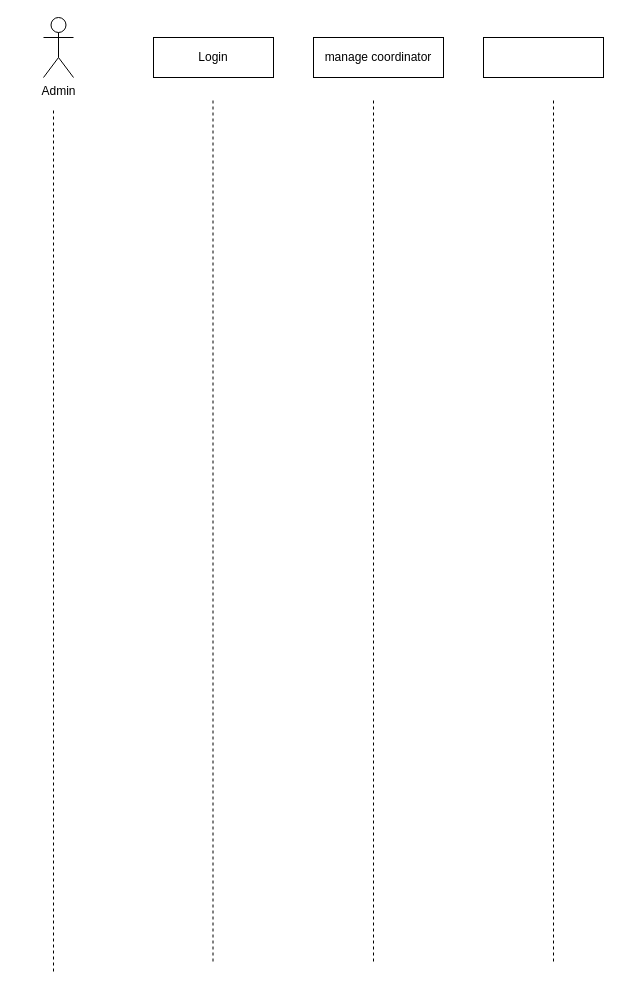
This is Untitled Diagram.drawio from Dulara-Akalanka/Group-Software-Project, a draw.io file, before an edit. Source tidied: cells renumbered, new cells numbered last; positions are measured from the earlier drawing's top-left corner, leaving out a move shared by most shapes. Both pictures are drawn from the tidied source at 100%, with x=0, y=0 at pixel (43, 17).
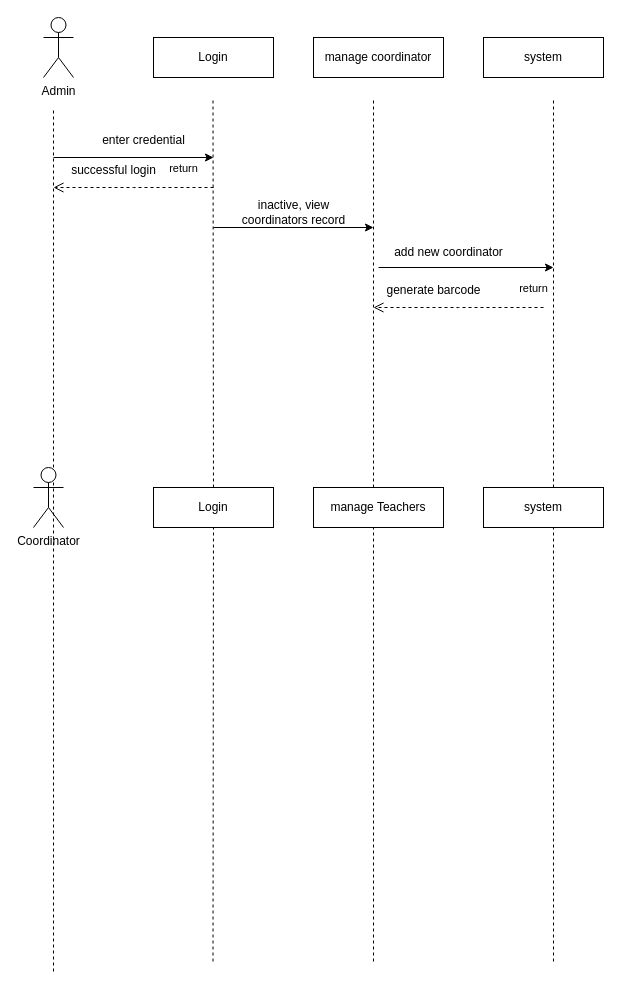
The same page after the edit.

The edit, as a diff of the source:
```diff
@@
-    <mxCell id="5" style="rounded=0;whiteSpace=wrap;html=1;" parent="1" vertex="1">
+    <mxCell id="5" value="system" style="rounded=0;whiteSpace=wrap;html=1;" parent="1" vertex="1">
       <mxGeometry x="440" y="20" width="120" height="40" as="geometry" />
     </mxCell>
@@
-    <mxCell id="7" style="endArrow=none;dashed=1;html=1;rounded=0;" parent="1" edge="1">
+    <mxCell id="7" style="endArrow=none;dashed=1;html=1;rounded=0;" parent="1" edge="1" source="22">
       <mxGeometry relative="1" as="geometry">
-        <mxPoint x="169.5" y="944" as="sourcePoint" />
         <mxPoint x="169.5" y="80" as="targetPoint" />
       </mxGeometry>
     </mxCell>
@@
+    <mxCell id="10" style="endArrow=classic;html=1;rounded=0;" parent="1" edge="1">
+      <mxGeometry relative="1" as="geometry">
+        <mxPoint x="10" y="140" as="sourcePoint" />
+        <mxPoint x="170" y="140" as="targetPoint" />
+      </mxGeometry>
+    </mxCell>
+    <mxCell id="11" value="enter credential" style="text;html=1;align=center;verticalAlign=middle;strokeColor=none;fillColor=none;" parent="1" vertex="1">
+      <mxGeometry x="45" y="108" width="110" height="30" as="geometry" />
+    </mxCell>
+    <mxCell id="12" value="return" style="html=1;verticalAlign=bottom;endArrow=open;dashed=1;endSize=8;edgeStyle=elbowEdgeStyle;elbow=vertical;curved=0;rounded=0;" parent="1" edge="1">
+      <mxGeometry x="-0.62" y="-10" relative="1" as="geometry">
+        <mxPoint x="170" y="170" as="sourcePoint" />
+        <mxPoint x="10" y="170" as="targetPoint" />
+      </mxGeometry>
+    </mxCell>
+    <mxCell id="13" value="successful login" style="text;html=1;align=center;verticalAlign=middle;strokeColor=none;fillColor=none;" parent="1" vertex="1">
+      <mxGeometry x="15" y="138" width="110" height="30" as="geometry" />
+    </mxCell>
+    <mxCell id="14" style="endArrow=classic;html=1;rounded=0;" parent="1" edge="1">
+      <mxGeometry relative="1" as="geometry">
+        <mxPoint x="170" y="210" as="sourcePoint" />
+        <mxPoint x="330" y="210" as="targetPoint" />
+      </mxGeometry>
+    </mxCell>
+    <mxCell id="15" value="inactive, view &lt;br&gt;coordinators record" style="text;html=1;align=center;verticalAlign=middle;strokeColor=none;fillColor=none;" parent="1" vertex="1">
+      <mxGeometry x="185" y="175" width="130" height="40" as="geometry" />
+    </mxCell>
+    <mxCell id="16" style="endArrow=classic;html=1;rounded=0;" parent="1" edge="1">
+      <mxGeometry relative="1" as="geometry">
+        <mxPoint x="335" y="250" as="sourcePoint" />
+        <mxPoint x="510" y="250" as="targetPoint" />
+      </mxGeometry>
+    </mxCell>
+    <mxCell id="17" value="add new coordinator" style="text;html=1;align=center;verticalAlign=middle;strokeColor=none;fillColor=none;" parent="1" vertex="1">
+      <mxGeometry x="340" y="220" width="130" height="30" as="geometry" />
+    </mxCell>
+    <mxCell id="18" value="return" style="html=1;verticalAlign=bottom;endArrow=open;dashed=1;endSize=8;edgeStyle=elbowEdgeStyle;elbow=vertical;curved=0;rounded=0;" parent="1" edge="1">
+      <mxGeometry x="-0.88" y="-10" relative="1" as="geometry">
+        <mxPoint x="500" y="290" as="sourcePoint" />
+        <mxPoint x="330" y="290" as="targetPoint" />
+      </mxGeometry>
+    </mxCell>
+    <mxCell id="19" value="generate barcode" style="text;html=1;align=center;verticalAlign=middle;strokeColor=none;fillColor=none;" parent="1" vertex="1">
+      <mxGeometry x="330" y="258" width="120" height="30" as="geometry" />
+    </mxCell>
+    <mxCell id="20" value="Coordinator" style="shape=umlActor;verticalLabelPosition=bottom;verticalAlign=top;html=1;" parent="1" vertex="1">
+      <mxGeometry x="-10" y="450" width="30" height="60" as="geometry" />
+    </mxCell>
+    <mxCell id="21" style="endArrow=none;dashed=1;html=1;rounded=0;" parent="1" edge="1" target="22">
+      <mxGeometry relative="1" as="geometry">
+        <mxPoint x="169.5" y="944" as="sourcePoint" />
+      </mxGeometry>
+    </mxCell>
+    <mxCell id="22" value="Login" style="rounded=0;whiteSpace=wrap;html=1;" parent="1" vertex="1">
+      <mxGeometry x="110" y="470" width="120" height="40" as="geometry" />
+    </mxCell>
+    <mxCell id="23" value="manage Teachers" style="rounded=0;whiteSpace=wrap;html=1;" parent="1" vertex="1">
+      <mxGeometry x="270" y="470" width="130" height="40" as="geometry" />
+    </mxCell>
+    <mxCell id="24" value="system" style="rounded=0;whiteSpace=wrap;html=1;" parent="1" vertex="1">
+      <mxGeometry x="440" y="470" width="120" height="40" as="geometry" />
+    </mxCell>
```
